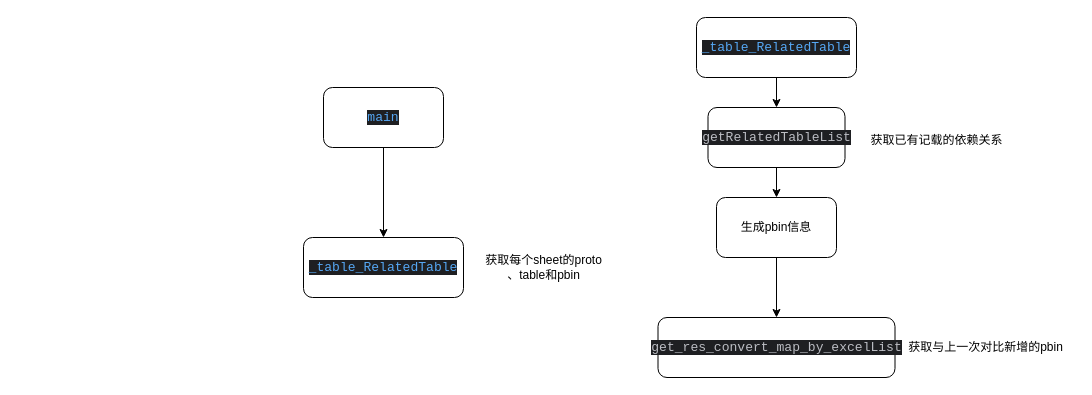
Earlier version of the draw.io diagram 导表工具.drawio (ling-shixi/meta). Source tidied: cells renumbered, new cells numbered last; positions are measured from the earlier drawing's top-left corner, leaving out a move shared by most shapes. Both pictures are drawn from the tidied source at 100%, with x=0, y=0 at pixel (303, 17).
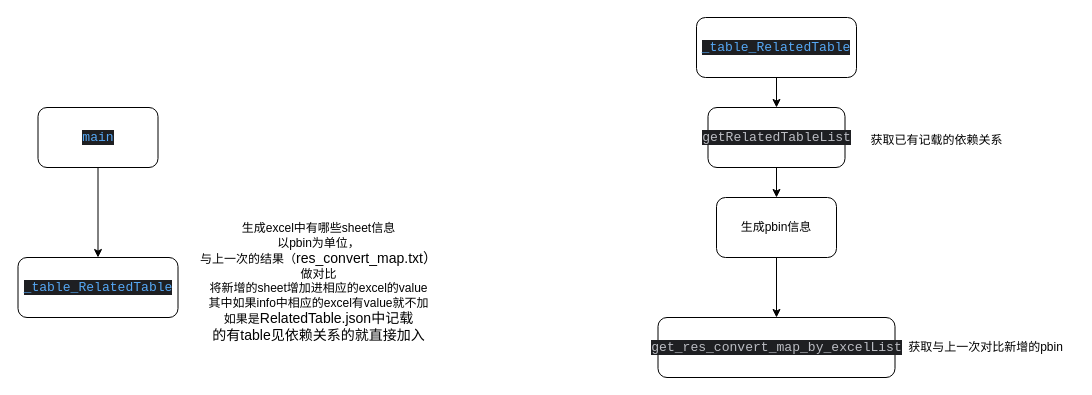
The same diagram, later.

Commit message:
更新导表工具.drawio

The edit, as a diff of the source:
```diff
@@
 <mxGraphModel>
   <root>
     <mxCell id="0" />
     <mxCell id="1" parent="0" />
     <mxCell id="2" style="edgeStyle=orthogonalEdgeStyle;rounded=0;jettySize=auto;html=1;entryX=0.5;entryY=0;entryDx=0;entryDy=0;" parent="1" edge="1" source="3" target="4">
       <mxGeometry relative="1" as="geometry" />
     </mxCell>
     <mxCell id="3" value="&lt;div style=&quot;background-color:#1e1f22;color:#bcbec4&quot;&gt;&lt;pre style=&quot;font-family:'JetBrains Mono',monospace;font-size:9.8pt;&quot;&gt;&lt;span style=&quot;color:#56a8f5;&quot;&gt;main&lt;/span&gt;&lt;/pre&gt;&lt;/div&gt;" style="rounded=1;whiteSpace=wrap;html=1;" parent="1" vertex="1">
-      <mxGeometry x="20" y="70" width="120" height="60" as="geometry" />
+      <mxGeometry x="-265.5" y="90" width="120" height="60" as="geometry" />
     </mxCell>
     <mxCell id="4" value="&lt;div style=&quot;background-color:#1e1f22;color:#bcbec4&quot;&gt;&lt;pre style=&quot;font-family:'JetBrains Mono',monospace;font-size:9.8pt;&quot;&gt;&lt;span style=&quot;color:#56a8f5;&quot;&gt;_table_RelatedTable&lt;/span&gt;&lt;/pre&gt;&lt;/div&gt;" style="rounded=1;whiteSpace=wrap;html=1;" parent="1" vertex="1">
-      <mxGeometry y="220" width="160" height="60" as="geometry" />
+      <mxGeometry x="-285.5" y="240" width="160" height="60" as="geometry" />
     </mxCell>
-    <mxCell id="5" value="获取每个sheet的proto&lt;div&gt;、table和pbin&lt;/div&gt;" style="text;html=1;align=center;verticalAlign=middle;strokeColor=none;fillColor=none;" parent="1" vertex="1">
-      <mxGeometry x="170" y="230" width="140" height="40" as="geometry" />
-    </mxCell>
     <mxCell id="6" style="edgeStyle=orthogonalEdgeStyle;rounded=0;jettySize=auto;html=1;entryX=0.5;entryY=0;entryDx=0;entryDy=0;" parent="1" edge="1" source="7" target="13">
       <mxGeometry relative="1" as="geometry" />
     </mxCell>
     <mxCell id="7" value="&lt;div style=&quot;background-color:#1e1f22;color:#bcbec4&quot;&gt;&lt;pre style=&quot;font-family:'JetBrains Mono',monospace;font-size:9.8pt;&quot;&gt;&lt;span style=&quot;color:#56a8f5;&quot;&gt;_table_RelatedTable&lt;/span&gt;&lt;/pre&gt;&lt;/div&gt;" style="rounded=1;whiteSpace=wrap;html=1;" parent="1" vertex="1">
       <mxGeometry x="393" width="160" height="60" as="geometry" />
     </mxCell>
     <mxCell id="8" style="edgeStyle=orthogonalEdgeStyle;rounded=0;jettySize=auto;html=1;" parent="1" edge="1" source="9" target="10">
       <mxGeometry relative="1" as="geometry" />
     </mxCell>
     <mxCell id="9" value="生成pbin信息" style="rounded=1;whiteSpace=wrap;html=1;" parent="1" vertex="1">
       <mxGeometry x="413" y="180" width="120" height="60" as="geometry" />
     </mxCell>
     <mxCell id="10" value="&lt;div style=&quot;background-color:#1e1f22;color:#bcbec4&quot;&gt;&lt;pre style=&quot;font-family:'JetBrains Mono',monospace;font-size:9.8pt;&quot;&gt;get_res_convert_map_by_excelList&lt;/pre&gt;&lt;/div&gt;" style="rounded=1;whiteSpace=wrap;html=1;" parent="1" vertex="1">
       <mxGeometry x="354.5" y="300" width="237" height="60" as="geometry" />
     </mxCell>
     <mxCell id="11" value="获取与上一次对比新增的pbin" style="text;html=1;align=center;verticalAlign=middle;strokeColor=none;fillColor=none;" parent="1" vertex="1">
       <mxGeometry x="591.5" y="315" width="180" height="30" as="geometry" />
     </mxCell>
     <mxCell id="12" style="edgeStyle=orthogonalEdgeStyle;rounded=0;jettySize=auto;html=1;" parent="1" edge="1" source="13" target="9">
       <mxGeometry relative="1" as="geometry" />
     </mxCell>
     <mxCell id="13" value="&lt;div style=&quot;background-color:#1e1f22;color:#bcbec4&quot;&gt;&lt;pre style=&quot;font-family:'JetBrains Mono',monospace;font-size:9.8pt;&quot;&gt;getRelatedTableList&lt;/pre&gt;&lt;/div&gt;" style="rounded=1;whiteSpace=wrap;html=1;" parent="1" vertex="1">
       <mxGeometry x="404.5" y="90" width="137" height="60" as="geometry" />
     </mxCell>
     <mxCell id="14" value="获取已有记载的依赖关系" style="text;html=1;align=center;verticalAlign=middle;strokeColor=none;fillColor=none;" parent="1" vertex="1">
       <mxGeometry x="553" y="108" width="160" height="30" as="geometry" />
     </mxCell>
+    <mxCell id="15" value="生成excel中有哪些sheet信息&lt;div&gt;以pbin为单位，&lt;/div&gt;&lt;div&gt;与上一次的结果（&lt;span style=&quot;font-size: 14px; text-align: left; white-space: pre-wrap; background-color: transparent; color: light-dark(rgb(0, 0, 0), rgb(255, 255, 255));&quot;&gt;res_convert_map.txt）&lt;/span&gt;&lt;span style=&quot;background-color: transparent; color: light-dark(rgb(0, 0, 0), rgb(255, 255, 255));&quot;&gt;做对比&lt;/span&gt;&lt;/div&gt;&lt;div&gt;&lt;span style=&quot;background-color: transparent; color: light-dark(rgb(0, 0, 0), rgb(255, 255, 255));&quot;&gt;将新增的sheet增加进相应的excel的value&lt;/span&gt;&lt;/div&gt;&lt;div&gt;&lt;span style=&quot;background-color: transparent; color: light-dark(rgb(0, 0, 0), rgb(255, 255, 255));&quot;&gt;其中如果info中相应的excel有value就不加&lt;/span&gt;&lt;/div&gt;&lt;div&gt;&lt;span style=&quot;background-color: transparent; color: light-dark(rgb(0, 0, 0), rgb(255, 255, 255));&quot;&gt;如果是&lt;/span&gt;&lt;span style=&quot;font-size: 14px; text-align: left; white-space: pre-wrap; background-color: transparent; color: light-dark(rgb(0, 0, 0), rgb(255, 255, 255));&quot;&gt;RelatedTable.json中记载&lt;/span&gt;&lt;/div&gt;&lt;div&gt;&lt;span style=&quot;font-size: 14px; text-align: left; white-space: pre-wrap; background-color: transparent; color: light-dark(rgb(0, 0, 0), rgb(255, 255, 255));&quot;&gt;的有table见依赖关系的就直接加入&lt;/span&gt;&lt;/div&gt;" style="text;html=1;align=center;verticalAlign=middle;strokeColor=none;fillColor=none;" parent="1" vertex="1">
+      <mxGeometry x="-135.5" y="205" width="300" height="120" as="geometry" />
+    </mxCell>
   </root>
 </mxGraphModel>
```
